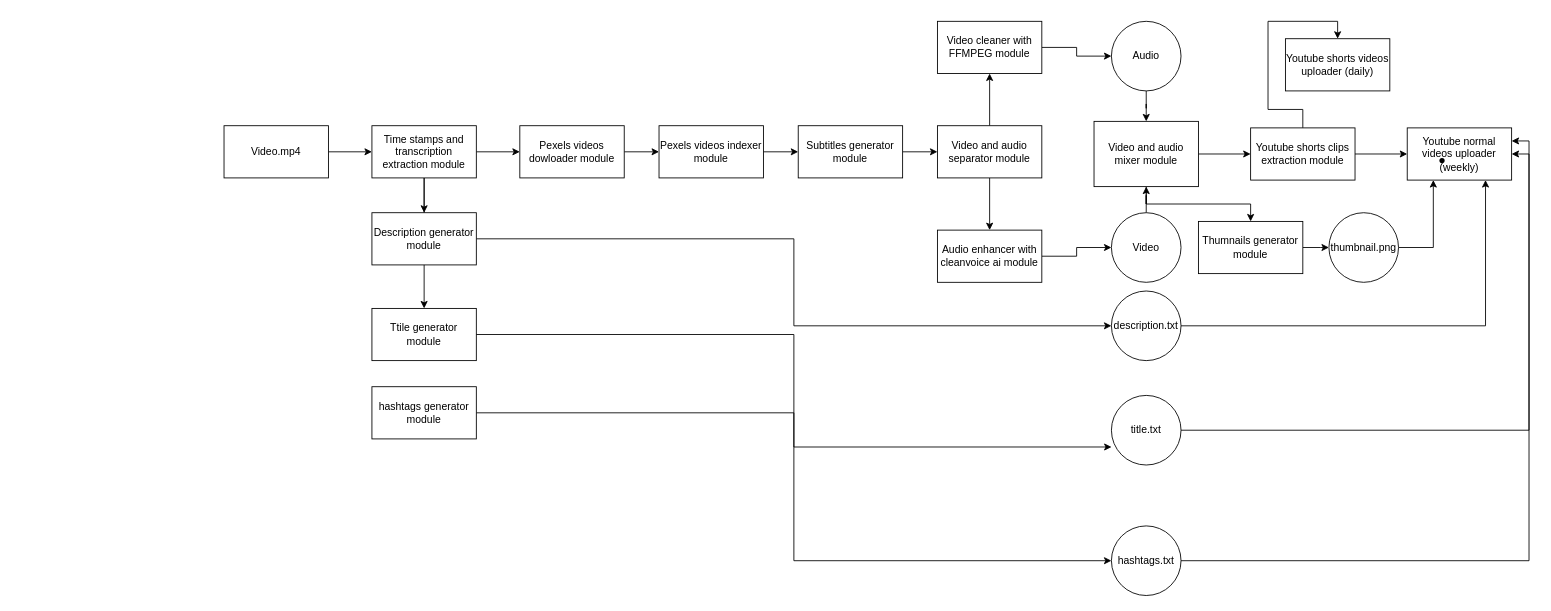
Earlier version of the draw.io diagram assets/project_arquitecture/general_workflow.drawio (AngelTech90/Youtube_content_creation_production_chain). Source tidied: cells renumbered, new cells numbered last; positions are measured from the earlier drawing's top-left corner, leaving out a move shared by most shapes. Both pictures are drawn from the tidied source at 87%, with x=0, y=0 at pixel (224, 21).
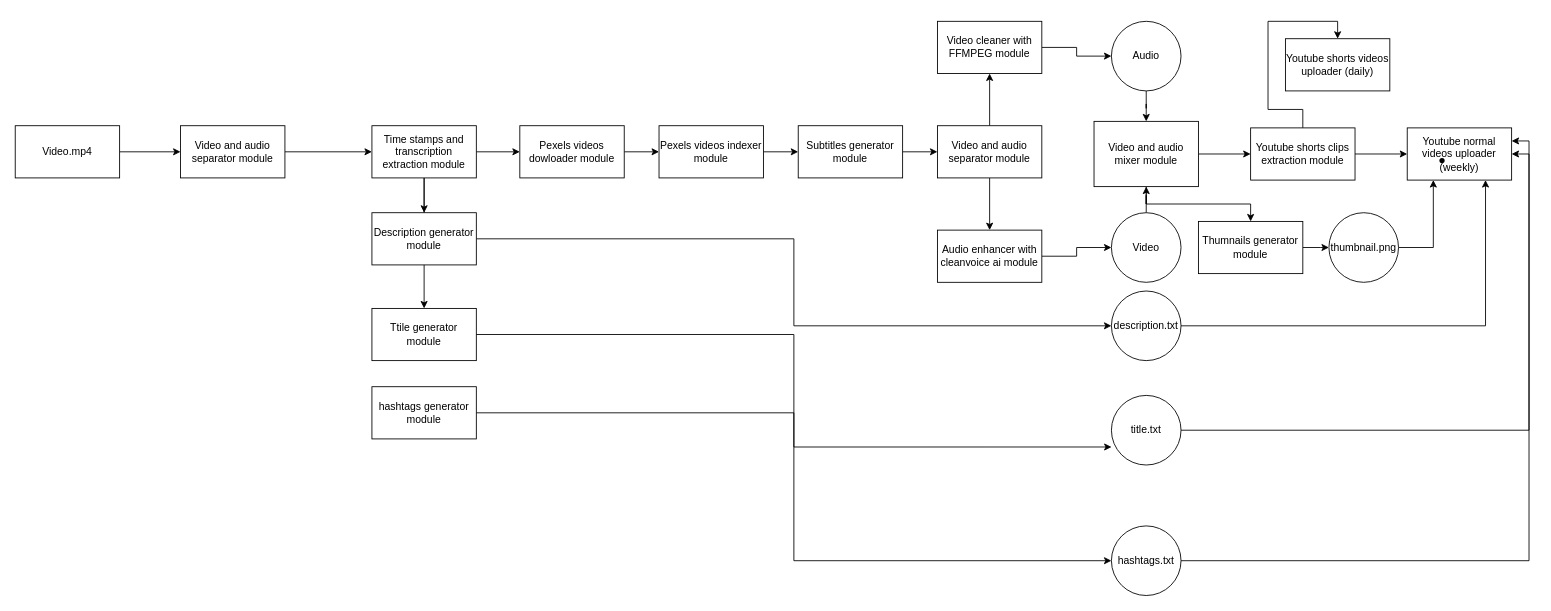
The same page after the edit.

Commit message (it also covers changes not shown here):
Adding initial scripts fully working

Unchanged cells that the change refers to:
```xml
<mxCell id="7" value="Time stamps and transcription extraction module" style="rounded=0;whiteSpace=wrap;html=1;" parent="1" vertex="1">
  <mxGeometry x="170" y="120" width="120" height="60" as="geometry" />
</mxCell>
```

The edit, as a diff of the source:
```diff
@@
-    <mxCell id="2" style="edgeStyle=orthogonalEdgeStyle;rounded=0;jettySize=auto;html=1;" parent="1" edge="1" source="3" target="7">
-      <mxGeometry relative="1" as="geometry" />
-    </mxCell>
+    <mxCell id="50" style="edgeStyle=orthogonalEdgeStyle;rounded=0;jettySize=auto;html=1;" parent="1" edge="1" source="3" target="52">
+      <mxGeometry relative="1" as="geometry" />
+    </mxCell>
     <mxCell id="3" value="Video.mp4" style="rounded=0;whiteSpace=wrap;html=1;" parent="1" vertex="1">
-      <mxGeometry y="120" width="120" height="60" as="geometry" />
+      <mxGeometry x="-240" y="120" width="120" height="60" as="geometry" />
     </mxCell>
@@
+    <mxCell id="51" style="edgeStyle=orthogonalEdgeStyle;rounded=0;jettySize=auto;html=1;" parent="1" edge="1" source="52" target="7">
+      <mxGeometry relative="1" as="geometry" />
+    </mxCell>
+    <mxCell id="52" value="Video and audio separator module" style="rounded=0;whiteSpace=wrap;html=1;" parent="1" vertex="1">
+      <mxGeometry x="-50" y="120" width="120" height="60" as="geometry" />
+    </mxCell>
```
